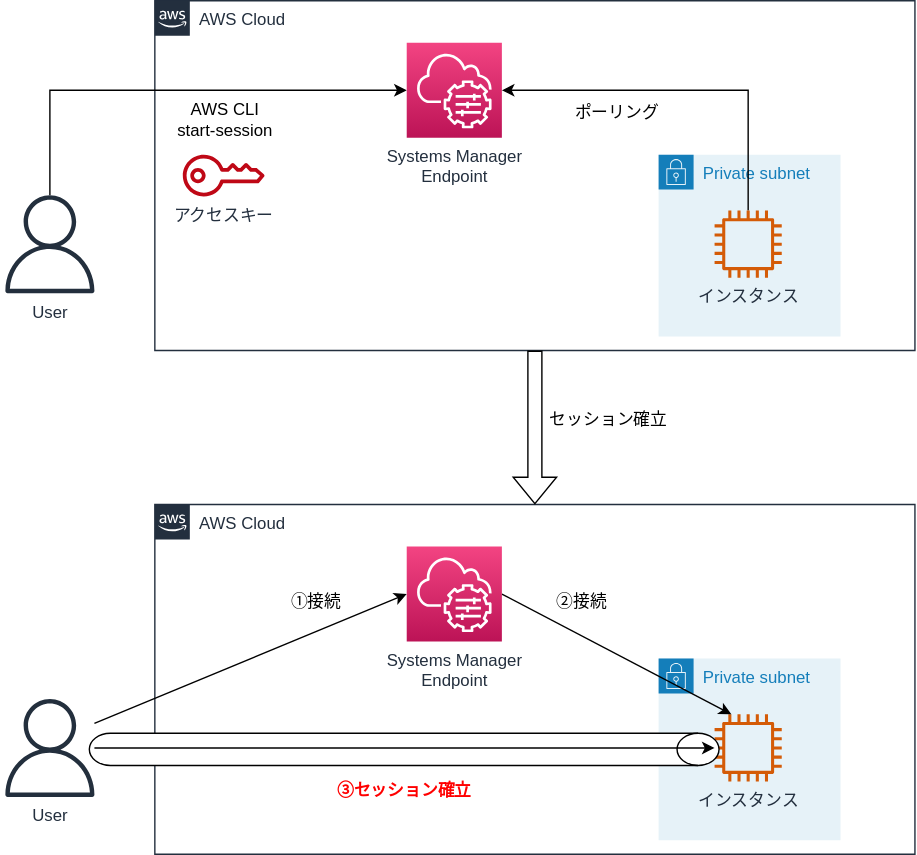
This is images/session_manager.drawio.svg from sensq/ssh-over-session-manager, a draw.io export, as it was before one commit. Source tidied: cells renumbered, new cells last; positions are measured from the earlier drawing's top-left corner, leaving out a move shared by most shapes. The source it was exported from:
```xml
<mxGraphModel>
  <root>
    <mxCell id="0" />
    <mxCell id="1" parent="0" />
    <mxCell id="2" value="Private subnet" style="gradientColor=none;html=1;whiteSpace=wrap;fontSize=12;fontStyle=0;shape=mxgraph.aws4.group;grIcon=mxgraph.aws4.group_security_group;grStroke=0;strokeColor=#147EBA;fillColor=#E6F2F8;verticalAlign=top;align=left;spacingLeft=30;fontColor=#147EBA;dashed=0;" parent="1" vertex="1">
      <mxGeometry x="470" y="110" width="130" height="130" as="geometry" />
    </mxCell>
    <mxCell id="3" value="AWS Cloud" style="points=[[0,0],[0.25,0],[0.5,0],[0.75,0],[1,0],[1,0.25],[1,0.5],[1,0.75],[1,1],[0.75,1],[0.5,1],[0.25,1],[0,1],[0,0.75],[0,0.5],[0,0.25]];outlineConnect=0;gradientColor=none;html=1;whiteSpace=wrap;fontSize=12;fontStyle=0;shape=mxgraph.aws4.group;grIcon=mxgraph.aws4.group_aws_cloud_alt;strokeColor=#232F3E;fillColor=none;verticalAlign=top;align=left;spacingLeft=30;fontColor=#232F3E;dashed=0;" parent="1" vertex="1">
      <mxGeometry x="110" width="543.2" height="250" as="geometry" />
    </mxCell>
    <mxCell id="4" style="edgeStyle=orthogonalEdgeStyle;rounded=0;html=1;exitX=0.5;exitY=0;exitDx=0;exitDy=0;entryX=1;entryY=0.5;entryDx=0;entryDy=0;" parent="1" edge="1" source="6" target="7">
      <mxGeometry relative="1" as="geometry" />
    </mxCell>
    <mxCell id="5" style="edgeStyle=orthogonalEdgeStyle;rounded=0;html=1;exitX=0.5;exitY=0;exitDx=0;exitDy=0;entryX=0;entryY=0.5;entryDx=0;entryDy=0;" parent="1" edge="1" source="8" target="7">
      <mxGeometry relative="1" as="geometry" />
    </mxCell>
    <mxCell id="6" value="インスタンス" style="sketch=0;outlineConnect=0;fontColor=#232F3E;gradientColor=none;fillColor=#D45B07;strokeColor=none;dashed=0;verticalLabelPosition=bottom;verticalAlign=top;align=center;html=1;fontSize=12;fontStyle=0;shape=mxgraph.aws4.instance2;points=[[0.25,0],[0.5,0],[0.75,0],[0,0.25],[0,0.5],[0,0.75],[0.25,1],[0.5,1],[0.75,1],[1,0.25],[1,0.5],[1,0.75]];" parent="1" vertex="1">
      <mxGeometry x="510" y="150" width="48" height="48" as="geometry" />
    </mxCell>
    <mxCell id="7" value="Systems Manager&lt;br&gt;Endpoint" style="sketch=0;points=[[0.25,0],[0.5,0],[0.75,0],[0,0.25],[0,0.5],[0,0.75],[0.25,1],[0.5,1],[0.75,1],[1,0.25],[1,0.5],[1,0.75]];outlineConnect=0;fontColor=#232F3E;gradientColor=#F34482;gradientDirection=north;fillColor=#BC1356;strokeColor=#ffffff;dashed=0;verticalLabelPosition=bottom;verticalAlign=top;align=center;html=1;fontSize=12;fontStyle=0;shape=mxgraph.aws4.resourceIcon;resIcon=mxgraph.aws4.systems_manager;" parent="1" vertex="1">
      <mxGeometry x="290" y="30" width="68" height="68" as="geometry" />
    </mxCell>
    <mxCell id="8" value="User" style="sketch=0;outlineConnect=0;fontColor=#232F3E;gradientColor=none;fillColor=#232F3D;strokeColor=none;dashed=0;verticalLabelPosition=bottom;verticalAlign=top;align=center;html=1;fontSize=12;fontStyle=0;shape=mxgraph.aws4.user;points=[[0.25,0],[0.5,0],[0.75,0],[0,0.25],[0,0.5],[0,0.75],[0.25,1],[0.5,1],[0.75,1],[1,0.25],[1,0.5],[1,0.75]];" parent="1" vertex="1">
      <mxGeometry y="139" width="70" height="70" as="geometry" />
    </mxCell>
    <mxCell id="9" value="アクセスキー" style="sketch=0;fontColor=#232F3E;gradientColor=none;fillColor=#BF0816;strokeColor=none;dashed=0;verticalLabelPosition=bottom;verticalAlign=top;align=center;html=1;fontSize=12;fontStyle=0;shape=mxgraph.aws4.addon;" parent="1" vertex="1">
      <mxGeometry x="130" y="110" width="58.5" height="30" as="geometry" />
    </mxCell>
    <mxCell id="10" value="AWS CLI&lt;br&gt;start-session" style="text;html=1;align=center;verticalAlign=middle;strokeColor=none;fillColor=none;" parent="1" vertex="1">
      <mxGeometry x="120" y="70" width="80" height="30" as="geometry" />
    </mxCell>
    <mxCell id="11" value="ポーリング" style="text;html=1;align=center;verticalAlign=middle;strokeColor=none;fillColor=none;" parent="1" vertex="1">
      <mxGeometry x="400" y="70" width="80" height="20" as="geometry" />
    </mxCell>
    <mxCell id="12" value="Private subnet" style="gradientColor=none;html=1;whiteSpace=wrap;fontSize=12;fontStyle=0;shape=mxgraph.aws4.group;grIcon=mxgraph.aws4.group_security_group;grStroke=0;strokeColor=#147EBA;fillColor=#E6F2F8;verticalAlign=top;align=left;spacingLeft=30;fontColor=#147EBA;dashed=0;" parent="1" vertex="1">
      <mxGeometry x="470" y="470" width="130" height="130" as="geometry" />
    </mxCell>
    <mxCell id="13" value="AWS Cloud" style="points=[[0,0],[0.25,0],[0.5,0],[0.75,0],[1,0],[1,0.25],[1,0.5],[1,0.75],[1,1],[0.75,1],[0.5,1],[0.25,1],[0,1],[0,0.75],[0,0.5],[0,0.25]];outlineConnect=0;gradientColor=none;html=1;whiteSpace=wrap;fontSize=12;fontStyle=0;shape=mxgraph.aws4.group;grIcon=mxgraph.aws4.group_aws_cloud_alt;strokeColor=#232F3E;fillColor=none;verticalAlign=top;align=left;spacingLeft=30;fontColor=#232F3E;dashed=0;" parent="1" vertex="1">
      <mxGeometry x="110" y="360" width="543.2" height="250" as="geometry" />
    </mxCell>
    <mxCell id="14" value="インスタンス" style="sketch=0;outlineConnect=0;fontColor=#232F3E;gradientColor=none;fillColor=#D45B07;strokeColor=none;dashed=0;verticalLabelPosition=bottom;verticalAlign=top;align=center;html=1;fontSize=12;fontStyle=0;shape=mxgraph.aws4.instance2;points=[[0.25,0],[0.5,0],[0.75,0],[0,0.25],[0,0.5],[0,0.75],[0.25,1],[0.5,1],[0.75,1],[1,0.25],[1,0.5],[1,0.75]];" parent="1" vertex="1">
      <mxGeometry x="510" y="510" width="48" height="48" as="geometry" />
    </mxCell>
    <mxCell id="15" style="edgeStyle=none;rounded=0;html=1;exitX=1;exitY=0.5;exitDx=0;exitDy=0;entryX=0.25;entryY=0;entryDx=0;entryDy=0;fontColor=#000000;" parent="1" edge="1" source="16" target="14">
      <mxGeometry relative="1" as="geometry" />
    </mxCell>
    <mxCell id="16" value="Systems Manager&lt;br&gt;Endpoint" style="sketch=0;points=[[0.25,0],[0.5,0],[0.75,0],[0,0.25],[0,0.5],[0,0.75],[0.25,1],[0.5,1],[0.75,1],[1,0.25],[1,0.5],[1,0.75]];outlineConnect=0;fontColor=#232F3E;gradientColor=#F34482;gradientDirection=north;fillColor=#BC1356;strokeColor=#ffffff;dashed=0;verticalLabelPosition=bottom;verticalAlign=top;align=center;html=1;fontSize=12;fontStyle=0;shape=mxgraph.aws4.resourceIcon;resIcon=mxgraph.aws4.systems_manager;" parent="1" vertex="1">
      <mxGeometry x="290" y="390" width="68" height="68" as="geometry" />
    </mxCell>
    <mxCell id="17" value="User" style="sketch=0;outlineConnect=0;fontColor=#232F3E;gradientColor=none;fillColor=#232F3D;strokeColor=none;dashed=0;verticalLabelPosition=bottom;verticalAlign=top;align=center;html=1;fontSize=12;fontStyle=0;shape=mxgraph.aws4.user;points=[[0.25,0],[0.5,0],[0.75,0],[0,0.25],[0,0.5],[0,0.75],[0.25,1],[0.5,1],[0.75,1],[1,0.25],[1,0.5],[1,0.75]];" parent="1" vertex="1">
      <mxGeometry y="499" width="70" height="70" as="geometry" />
    </mxCell>
    <mxCell id="18" style="edgeStyle=none;rounded=0;html=1;exitX=1;exitY=0.25;exitDx=0;exitDy=0;entryX=0;entryY=0.5;entryDx=0;entryDy=0;fontColor=#000000;" parent="1" edge="1" source="17" target="16">
      <mxGeometry relative="1" as="geometry" />
    </mxCell>
    <mxCell id="19" style="shape=cylinder3;whiteSpace=wrap;html=1;boundedLbl=1;backgroundOutline=1;size=15;direction=south;" parent="1" vertex="1">
      <mxGeometry x="63.2" y="523.5" width="450" height="23" as="geometry" />
    </mxCell>
    <mxCell id="20" style="endArrow=classic;html=1;rounded=0;entryX=0;entryY=0.5;entryDx=0;entryDy=0;exitX=1;exitY=0.5;exitDx=0;exitDy=0;" parent="1" edge="1" source="17" target="14">
      <mxGeometry relative="1" as="geometry" />
    </mxCell>
    <mxCell id="21" value="③セッション確立" style="text;html=1;align=center;verticalAlign=middle;strokeColor=none;fillColor=none;fontStyle=1;fontColor=#FF0000;" parent="1" vertex="1">
      <mxGeometry x="233.2" y="555" width="110" height="20" as="geometry" />
    </mxCell>
    <mxCell id="22" value="①接続" style="text;html=1;align=center;verticalAlign=middle;strokeColor=none;fillColor=none;fontColor=#000000;" parent="1" vertex="1">
      <mxGeometry x="200" y="420" width="50" height="20" as="geometry" />
    </mxCell>
    <mxCell id="23" value="②接続" style="text;html=1;align=center;verticalAlign=middle;strokeColor=none;fillColor=none;fontColor=#000000;" parent="1" vertex="1">
      <mxGeometry x="390" y="420" width="50" height="20" as="geometry" />
    </mxCell>
    <mxCell id="24" style="shape=flexArrow;endArrow=classic;html=1;rounded=0;fontColor=#000000;exitX=0.5;exitY=1;exitDx=0;exitDy=0;" parent="1" edge="1" source="3" target="13">
      <mxGeometry relative="1" as="geometry" />
    </mxCell>
    <mxCell id="25" value="セッション確立" style="text;html=1;align=center;verticalAlign=middle;strokeColor=none;fillColor=none;fontColor=#000000;" parent="1" vertex="1">
      <mxGeometry x="384" y="290" width="100" height="20" as="geometry" />
    </mxCell>
  </root>
</mxGraphModel>
```
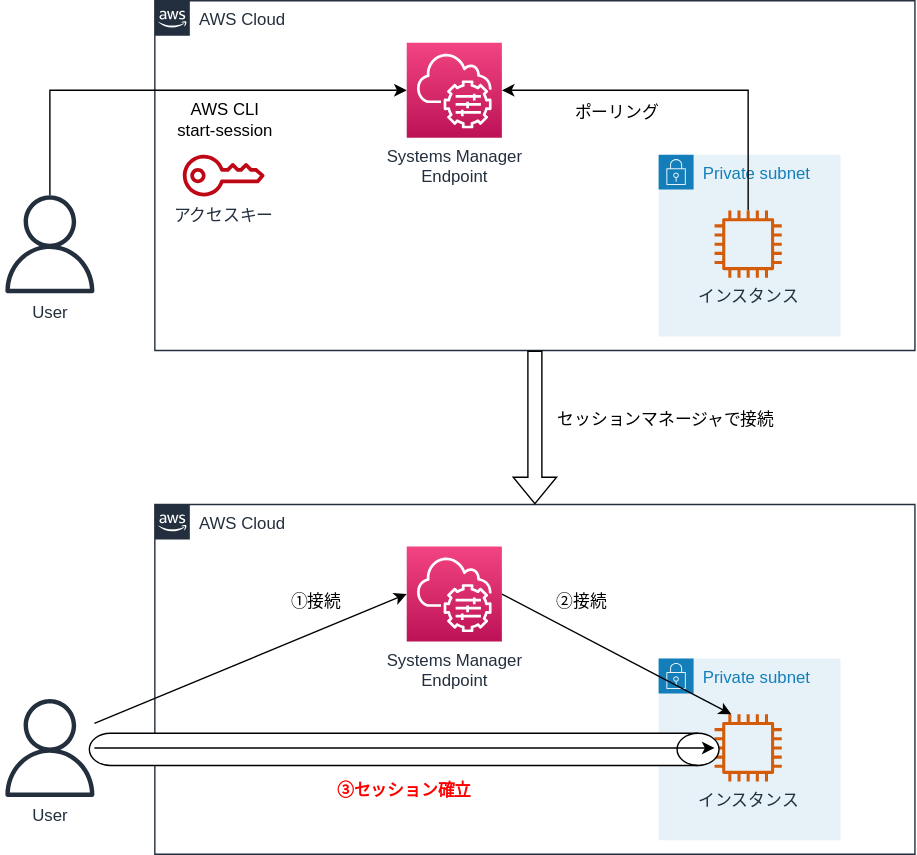
After the commit.

Change to the diagram source:
```diff
@@ -71,8 +71,8 @@
     <mxCell id="24" style="shape=flexArrow;endArrow=classic;html=1;rounded=0;fontColor=#000000;exitX=0.5;exitY=1;exitDx=0;exitDy=0;" parent="1" edge="1" source="3" target="13">
       <mxGeometry relative="1" as="geometry" />
     </mxCell>
-    <mxCell id="25" value="セッション確立" style="text;html=1;align=center;verticalAlign=middle;strokeColor=none;fillColor=none;fontColor=#000000;" parent="1" vertex="1">
-      <mxGeometry x="384" y="290" width="100" height="20" as="geometry" />
+    <mxCell id="25" value="セッションマネージャで接続" style="text;html=1;align=center;verticalAlign=middle;strokeColor=none;fillColor=none;fontColor=#000000;" parent="1" vertex="1">
+      <mxGeometry x="390" y="290" width="170" height="20" as="geometry" />
     </mxCell>
   </root>
 </mxGraphModel>
```
